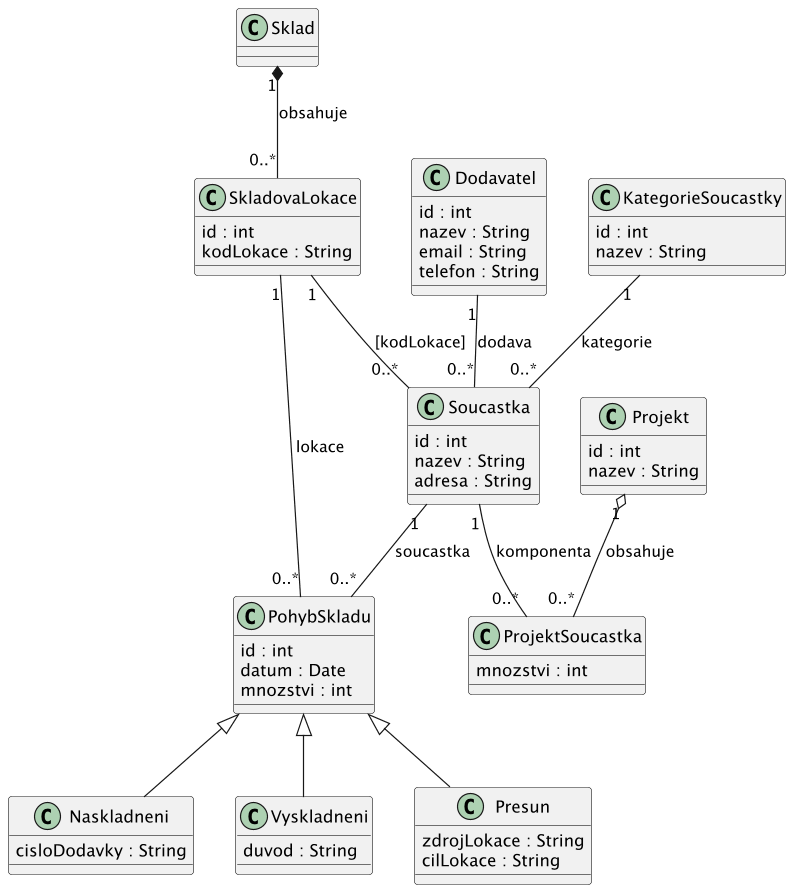
Before: docs/images/02a_conceptual_model.png, a diagram exported from PlantUML (lkvapil/wms-elektronicke-soucastky).
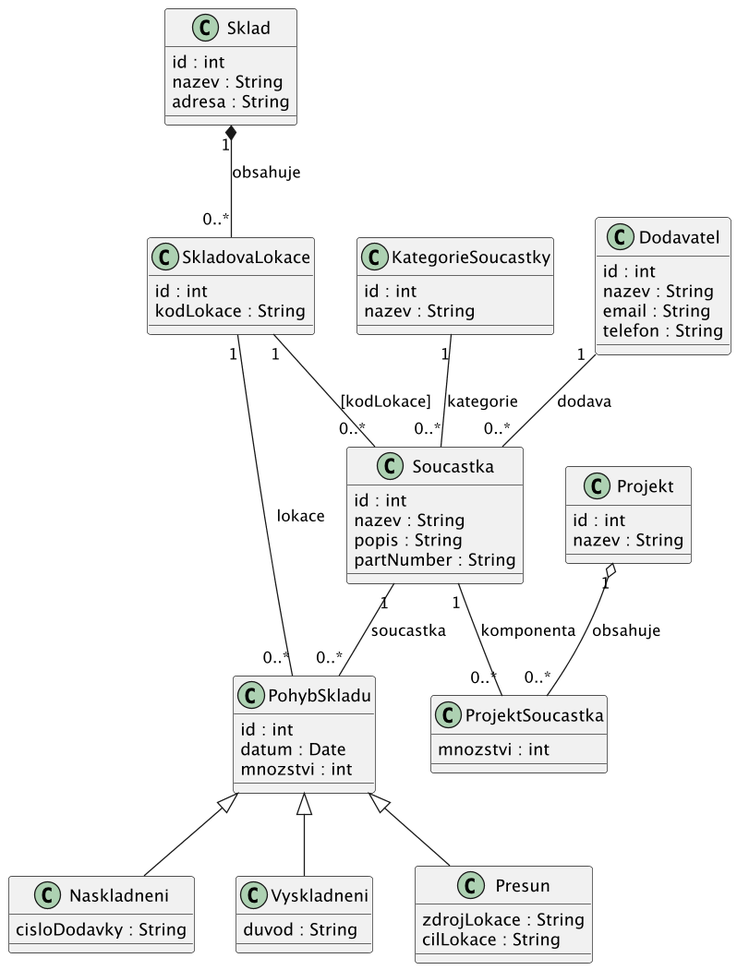
After the change.

Commit message:
fix: oprava diagramu - spravne tridy, scale 1.3, nove poradi

Change to the diagram source:
```diff
@@ -1,6 +1,17 @@
 @startuml
-scale 1.2
+scale 1.3
 top to bottom direction
+
+class Sklad {
+  id : int
+  nazev : String
+  adresa : String
+}
+
+class SkladovaLokace {
+  id : int
+  kodLokace : String
+}
 
 class KategorieSoucastky {
   id : int
@@ -17,12 +28,8 @@
 class Soucastka {
   id : int
   nazev : String
-  adresa : String
-}
-
-class SkladovaLokace {
-  id : int
-  kodLokace : String
+  popis : String
+  partNumber : String
 }
 
 class PohybSkladu {
@@ -54,11 +61,12 @@
 }
 
 
+Sklad "1" *-- "0..*" SkladovaLokace : obsahuje
+
+SkladovaLokace "1" -- "0..*" Soucastka : [kodLokace]
+
 KategorieSoucastky "1" -- "0..*" Soucastka : kategorie
 Dodavatel "1" -- "0..*" Soucastka : dodava
-
-Sklad "1" *-- "0..*" SkladovaLokace : obsahuje
-SkladovaLokace "1" -- "0..*" Soucastka : [kodLokace]
 
 Soucastka "1" -- "0..*" PohybSkladu : soucastka
 SkladovaLokace "1" -- "0..*" PohybSkladu : lokace
```
